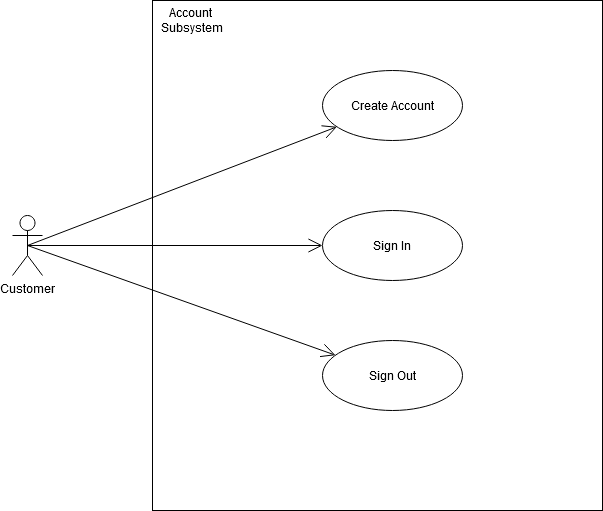
This is Use-Case Models/Account Subsystem Use-Case Model.png from jakedurnford/ITC303BeverageBookers, a draw.io export, as it was before one commit. Source tidied: cells renumbered, new cells last; positions are measured from the earlier drawing's top-left corner, leaving out a move shared by most shapes.
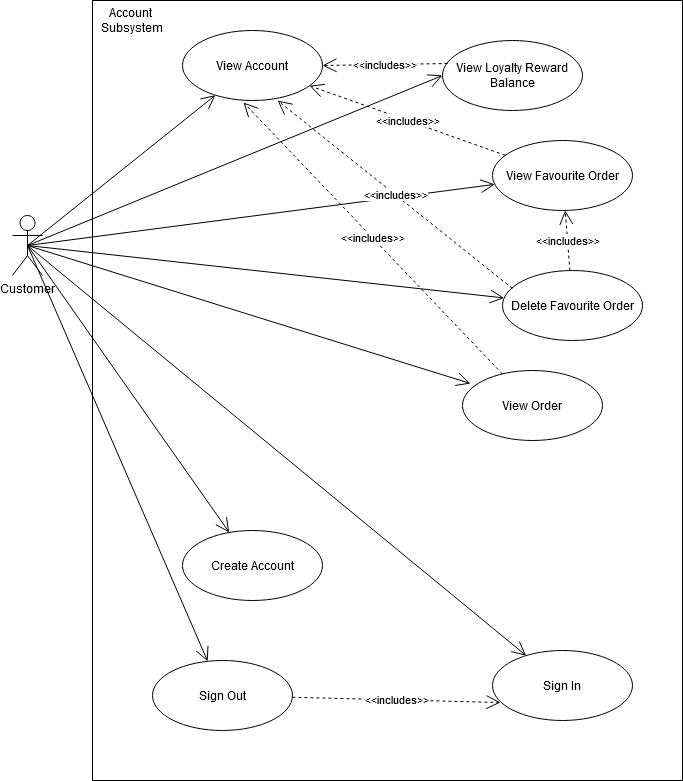
After the change.

Commit message:
UPDATED - All use-case models

What changed in the source:
```diff
@@ -3,16 +3,16 @@
     <mxCell id="0" />
     <mxCell id="1" parent="0" />
     <mxCell id="2" style="rounded=0;whiteSpace=wrap;html=1;" parent="1" vertex="1">
-      <mxGeometry x="140" width="450" height="510" as="geometry" />
+      <mxGeometry x="80" width="590" height="780" as="geometry" />
     </mxCell>
     <mxCell id="3" value="Create Account" style="ellipse;whiteSpace=wrap;html=1;" parent="1" vertex="1">
-      <mxGeometry x="310" y="70" width="140" height="70" as="geometry" />
+      <mxGeometry x="170" y="530" width="140" height="70" as="geometry" />
     </mxCell>
     <mxCell id="4" value="Sign In" style="ellipse;whiteSpace=wrap;html=1;" parent="1" vertex="1">
-      <mxGeometry x="310" y="210" width="140" height="70" as="geometry" />
+      <mxGeometry x="480" y="650" width="140" height="70" as="geometry" />
     </mxCell>
     <mxCell id="5" value="Sign Out" style="ellipse;whiteSpace=wrap;html=1;" parent="1" vertex="1">
-      <mxGeometry x="310" y="340" width="140" height="70" as="geometry" />
+      <mxGeometry x="140" y="660" width="140" height="70" as="geometry" />
     </mxCell>
     <mxCell id="6" value="Customer" style="shape=umlActor;verticalLabelPosition=bottom;labelBackgroundColor=#ffffff;verticalAlign=top;html=1;" parent="1" vertex="1">
       <mxGeometry y="215" width="30" height="60" as="geometry" />
@@ -24,10 +24,58 @@
       <mxGeometry relative="1" as="geometry" />
     </mxCell>
     <mxCell id="9" value="Account&amp;nbsp; Subsystem" style="text;html=1;strokeColor=none;fillColor=none;align=center;verticalAlign=middle;whiteSpace=wrap;rounded=0;" parent="1" vertex="1">
-      <mxGeometry x="160" y="10" width="40" height="20" as="geometry" />
+      <mxGeometry x="100" y="10" width="40" height="20" as="geometry" />
     </mxCell>
     <mxCell id="10" style="endArrow=open;endFill=1;endSize=12;html=1;exitX=0.5;exitY=0.5;exitDx=0;exitDy=0;exitPerimeter=0;" parent="1" edge="1" source="6" target="5">
       <mxGeometry relative="1" as="geometry" />
     </mxCell>
+    <mxCell id="11" value="View Account" style="ellipse;whiteSpace=wrap;html=1;" parent="1" vertex="1">
+      <mxGeometry x="170" y="30" width="140" height="70" as="geometry" />
+    </mxCell>
+    <mxCell id="12" style="endArrow=open;endFill=1;endSize=12;html=1;exitX=0.5;exitY=0.5;exitDx=0;exitDy=0;exitPerimeter=0;" parent="1" edge="1" source="6" target="11">
+      <mxGeometry relative="1" as="geometry" />
+    </mxCell>
+    <mxCell id="13" value="View Loyalty Reward Balance" style="ellipse;whiteSpace=wrap;html=1;" parent="1" vertex="1">
+      <mxGeometry x="430" y="40" width="140" height="70" as="geometry" />
+    </mxCell>
+    <mxCell id="14" style="endArrow=open;endFill=1;endSize=12;html=1;exitX=0.5;exitY=0.5;exitDx=0;exitDy=0;exitPerimeter=0;entryX=0;entryY=0.5;entryDx=0;entryDy=0;" parent="1" edge="1" source="6" target="13">
+      <mxGeometry relative="1" as="geometry" />
+    </mxCell>
+    <mxCell id="15" value="View Order" style="ellipse;whiteSpace=wrap;html=1;" parent="1" vertex="1">
+      <mxGeometry x="450" y="370" width="140" height="70" as="geometry" />
+    </mxCell>
+    <mxCell id="16" style="endArrow=open;endFill=1;endSize=12;html=1;exitX=0.5;exitY=0.5;exitDx=0;exitDy=0;exitPerimeter=0;entryX=0.057;entryY=0.186;entryDx=0;entryDy=0;entryPerimeter=0;" parent="1" edge="1" source="6" target="15">
+      <mxGeometry relative="1" as="geometry" />
+    </mxCell>
+    <mxCell id="17" value="View Favourite Order" style="ellipse;whiteSpace=wrap;html=1;" parent="1" vertex="1">
+      <mxGeometry x="480" y="140" width="140" height="70" as="geometry" />
+    </mxCell>
+    <mxCell id="18" value="Delete Favourite Order" style="ellipse;whiteSpace=wrap;html=1;" parent="1" vertex="1">
+      <mxGeometry x="490" y="270" width="140" height="70" as="geometry" />
+    </mxCell>
+    <mxCell id="19" style="endArrow=open;endFill=1;endSize=12;html=1;exitX=0.5;exitY=0.5;exitDx=0;exitDy=0;exitPerimeter=0;" parent="1" edge="1" source="6" target="18">
+      <mxGeometry relative="1" as="geometry" />
+    </mxCell>
+    <mxCell id="20" style="endArrow=open;endFill=1;endSize=12;html=1;exitX=0.5;exitY=0.5;exitDx=0;exitDy=0;exitPerimeter=0;" parent="1" edge="1" source="6" target="17">
+      <mxGeometry relative="1" as="geometry" />
+    </mxCell>
+    <mxCell id="21" value="&amp;lt;&amp;lt;includes&amp;gt;&amp;gt;" style="endArrow=open;endSize=12;dashed=1;html=1;entryX=0.057;entryY=0.743;entryDx=0;entryDy=0;entryPerimeter=0;" parent="1" edge="1" source="5" target="4">
+      <mxGeometry relative="1" as="geometry" />
+    </mxCell>
+    <mxCell id="22" value="&amp;lt;&amp;lt;includes&amp;gt;&amp;gt;" style="endArrow=open;endSize=12;dashed=1;html=1;entryX=1;entryY=0.5;entryDx=0;entryDy=0;exitX=0.036;exitY=0.329;exitDx=0;exitDy=0;exitPerimeter=0;" parent="1" edge="1" source="13" target="11">
+      <mxGeometry relative="1" as="geometry" />
+    </mxCell>
+    <mxCell id="23" value="&amp;lt;&amp;lt;includes&amp;gt;&amp;gt;" style="endArrow=open;endSize=12;dashed=1;html=1;" parent="1" edge="1" source="17" target="11">
+      <mxGeometry relative="1" as="geometry" />
+    </mxCell>
+    <mxCell id="24" value="&amp;lt;&amp;lt;includes&amp;gt;&amp;gt;" style="endArrow=open;endSize=12;dashed=1;html=1;exitX=0.071;exitY=0.257;exitDx=0;exitDy=0;exitPerimeter=0;entryX=0.679;entryY=1;entryDx=0;entryDy=0;entryPerimeter=0;" parent="1" edge="1" source="18" target="11">
+      <mxGeometry relative="1" as="geometry" />
+    </mxCell>
+    <mxCell id="25" value="&amp;lt;&amp;lt;includes&amp;gt;&amp;gt;" style="endArrow=open;endSize=12;dashed=1;html=1;" parent="1" edge="1" source="18" target="17">
+      <mxGeometry relative="1" as="geometry" />
+    </mxCell>
+    <mxCell id="26" value="&amp;lt;&amp;lt;includes&amp;gt;&amp;gt;" style="endArrow=open;endSize=12;dashed=1;html=1;entryX=0.436;entryY=1.029;entryDx=0;entryDy=0;entryPerimeter=0;" parent="1" edge="1" source="15" target="11">
+      <mxGeometry relative="1" as="geometry" />
+    </mxCell>
   </root>
 </mxGraphModel>
```
